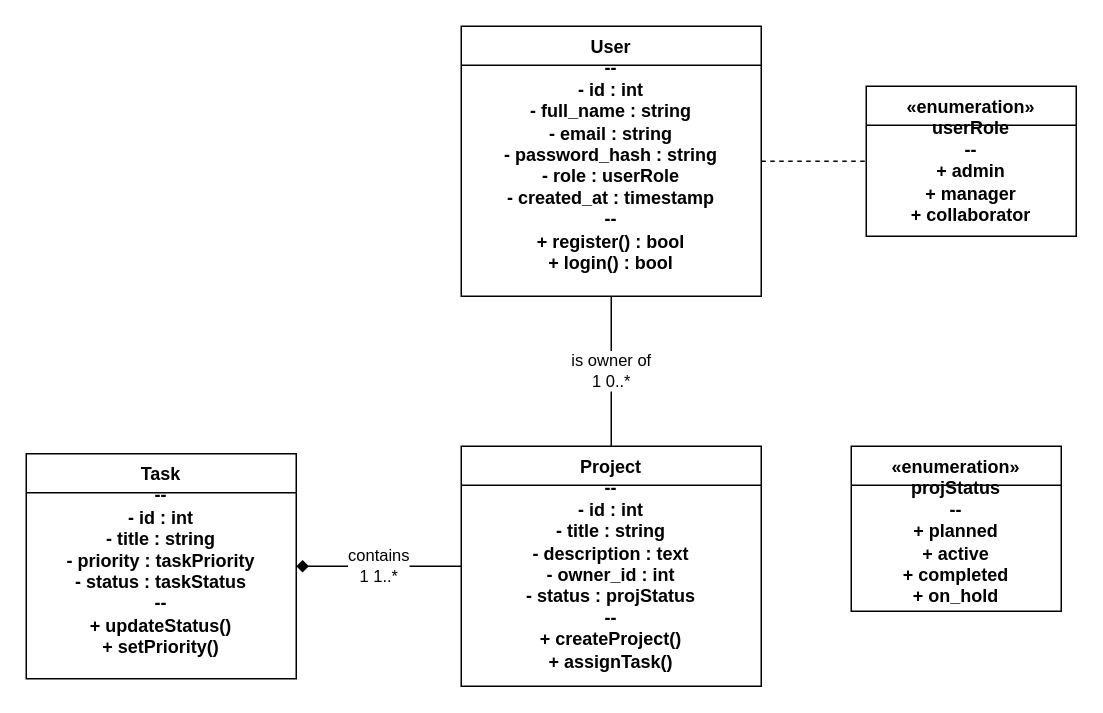
Before: server/database/docs/uml diagramme de classe.drawio in JulesZYTB/SkillSync, a draw.io diagram. Source tidied: cells renumbered, new cells numbered last; positions are measured from the earlier drawing's top-left corner, leaving out a move shared by most shapes. Both pictures are drawn from the tidied source at 150%, with x=0, y=0 at pixel (26, 26).
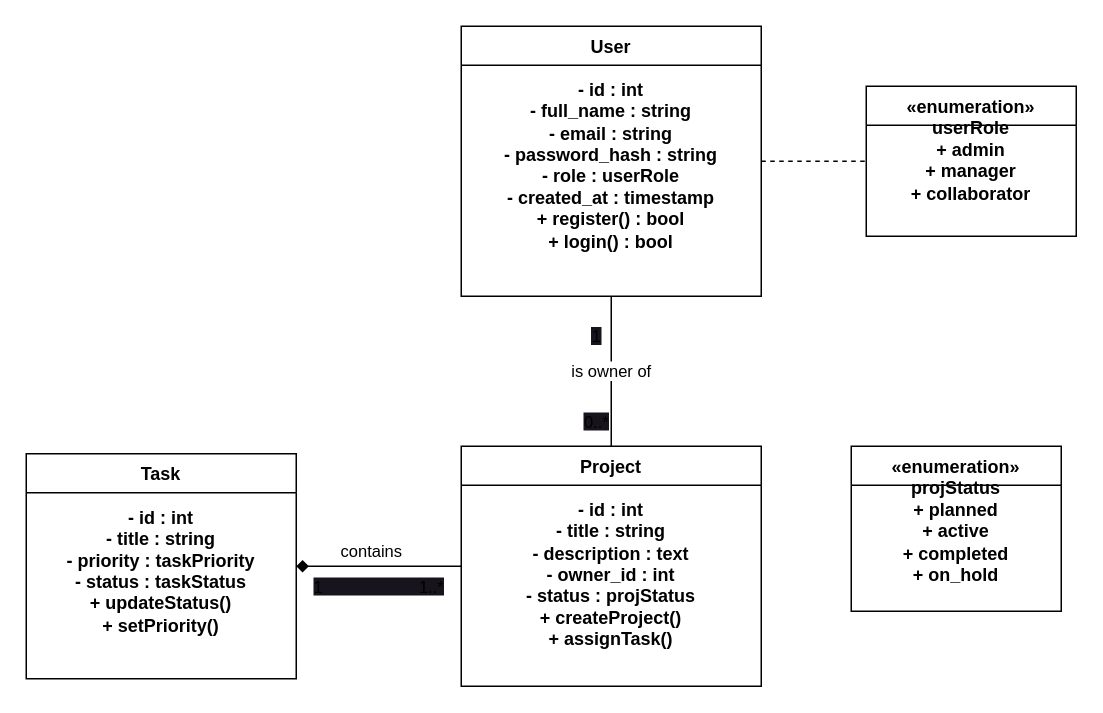
After the change.

Commit message (it also covers changes not shown here):
Correction de checkrole pour supportée plusieur role, modification d'un UML de classe .

Diff of the diagram source:
```diff
@@
 <mxGraphModel>
   <root>
     <mxCell id="0" />
     <mxCell id="1" parent="0" />
-    <mxCell id="2" value="User&#10;--&#10;- id : int&#10;- full_name : string&#10;- email : string&#10;- password_hash : string&#10;- role : userRole&#10;- created_at : timestamp&#10;--&#10;+ register() : bool&#10;+ login() : bool" style="swimlane;fontStyle=1;align=center;verticalAlign=top;horizontal=1;startSize=26;whiteSpace=wrap;html=1;" parent="1" vertex="1">
+    <mxCell id="2" value="User&lt;br&gt;&lt;br&gt;- id : int&lt;br&gt;- full_name : string&lt;br&gt;- email : string&lt;br&gt;- password_hash : string&lt;br&gt;- role : userRole&lt;br&gt;- created_at : timestamp&lt;br&gt;+ register() : bool&lt;br&gt;+ login() : bool" style="swimlane;fontStyle=1;align=center;verticalAlign=top;horizontal=1;startSize=26;whiteSpace=wrap;html=1;" parent="1" vertex="1">
       <mxGeometry x="290" width="200" height="180" as="geometry" />
     </mxCell>
-    <mxCell id="3" value="«enumeration»&#10;userRole&#10;--&#10;+ admin&#10;+ manager&#10;+ collaborator" style="swimlane;fontStyle=1;align=center;verticalAlign=top;horizontal=1;startSize=26;whiteSpace=wrap;html=1;" parent="1" vertex="1">
+    <mxCell id="3" value="«enumeration» userRole&lt;br&gt;+ admin&lt;br&gt;+ manager&lt;br&gt;+ collaborator" style="swimlane;fontStyle=1;align=center;verticalAlign=top;horizontal=1;startSize=26;whiteSpace=wrap;html=1;" parent="1" vertex="1">
       <mxGeometry x="560" y="40" width="140" height="100" as="geometry" />
     </mxCell>
-    <mxCell id="4" value="Project&#10;--&#10;- id : int&#10;- title : string&#10;- description : text&#10;- owner_id : int&#10;- status : projStatus&#10;--&#10;+ createProject()&#10;+ assignTask()" style="swimlane;fontStyle=1;align=center;verticalAlign=top;horizontal=1;startSize=26;whiteSpace=wrap;html=1;" parent="1" vertex="1">
+    <mxCell id="4" value="Project&lt;br&gt;&lt;br&gt;- id : int&lt;br&gt;- title : string&lt;br&gt;- description : text&lt;br&gt;- owner_id : int&lt;br&gt;- status : projStatus&lt;br&gt;+ createProject()&lt;br&gt;+ assignTask()" style="swimlane;fontStyle=1;align=center;verticalAlign=top;horizontal=1;startSize=26;whiteSpace=wrap;html=1;" parent="1" vertex="1">
       <mxGeometry x="290" y="280" width="200" height="160" as="geometry" />
     </mxCell>
-    <mxCell id="5" value="«enumeration»&#10;projStatus&#10;--&#10;+ planned&#10;+ active&#10;+ completed&#10;+ on_hold" style="swimlane;fontStyle=1;align=center;verticalAlign=top;horizontal=1;startSize=26;whiteSpace=wrap;html=1;" parent="1" vertex="1">
+    <mxCell id="5" value="«enumeration»&lt;br&gt;projStatus&lt;br&gt;+ planned&lt;br&gt;+ active&lt;br&gt;+ completed&lt;br&gt;+ on_hold" style="swimlane;fontStyle=1;align=center;verticalAlign=top;horizontal=1;startSize=26;whiteSpace=wrap;html=1;" parent="1" vertex="1">
       <mxGeometry x="550" y="280" width="140" height="110" as="geometry" />
     </mxCell>
-    <mxCell id="6" value="Task&#10;--&#10;- id : int&#10;- title : string&#10;- priority : taskPriority&#10;- status : taskStatus&#10;--&#10;+ updateStatus()&#10;+ setPriority()" style="swimlane;fontStyle=1;align=center;verticalAlign=top;horizontal=1;startSize=26;whiteSpace=wrap;html=1;" parent="1" vertex="1">
+    <mxCell id="6" value="Task&lt;br&gt;&lt;br&gt;- id : int&lt;br&gt;- title : string&lt;br&gt;- priority : taskPriority&lt;br&gt;- status : taskStatus&lt;br&gt;+ updateStatus()&lt;br&gt;+ setPriority()" style="swimlane;fontStyle=1;align=center;verticalAlign=top;horizontal=1;startSize=26;whiteSpace=wrap;html=1;" parent="1" vertex="1">
       <mxGeometry y="285" width="180" height="150" as="geometry" />
     </mxCell>
-    <mxCell id="7" value="is owner of&#10;1         0..*" style="endArrow=none;html=1;exitX=0.5;exitY=1;entryX=0.5;entryY=0;" parent="1" edge="1" source="2" target="4">
+    <mxCell id="7" value="is owner of&lt;br&gt;" style="endArrow=none;html=1;exitX=0.5;exitY=1;entryX=0.5;entryY=0;" parent="1" edge="1" source="2" target="4">
       <mxGeometry relative="1" as="geometry" />
     </mxCell>
-    <mxCell id="8" value="contains&#10;1        1..*" style="endArrow=diamond;html=1;exitX=0;exitY=0.5;entryX=1;entryY=0.5;endFill=1;" parent="1" edge="1" source="4" target="6">
-      <mxGeometry relative="1" as="geometry" />
+    <mxCell id="8" value="contains" style="endArrow=diamond;html=1;exitX=0;exitY=0.5;entryX=1;entryY=0.5;endFill=1;" parent="1" edge="1" source="4" target="6">
+      <mxGeometry x="0.09" y="-10" relative="1" as="geometry" />
     </mxCell>
     <mxCell id="9" style="endArrow=none;html=1;dashed=1;exitX=1;exitY=0.5;entryX=0;entryY=0.5;" parent="1" edge="1" source="2" target="3">
       <mxGeometry relative="1" as="geometry" />
     </mxCell>
+    <mxCell id="10" value="&lt;span style=&quot;font-size: 11px; text-align: center; background-color: rgb(24, 20, 29);&quot;&gt;1&amp;nbsp; &amp;nbsp; &amp;nbsp; &amp;nbsp; &amp;nbsp; &amp;nbsp; &amp;nbsp; &amp;nbsp; &amp;nbsp; &amp;nbsp; &amp;nbsp;1..*&lt;/span&gt;" style="text;whiteSpace=wrap;html=1;" parent="1" vertex="1">
+      <mxGeometry x="190" y="360" width="90" height="20" as="geometry" />
+    </mxCell>
+    <mxCell id="11" value="&lt;span style=&quot;font-size: 11px; background-color: rgb(24, 20, 29);&quot;&gt;1 &lt;br&gt;&lt;br&gt;&lt;br&gt;&lt;br&gt;0..*&lt;/span&gt;" style="text;html=1;align=center;verticalAlign=middle;strokeColor=none;fillColor=none;" parent="1" vertex="1">
+      <mxGeometry x="360" y="190" width="40" height="90" as="geometry" />
+    </mxCell>
   </root>
 </mxGraphModel>
```
